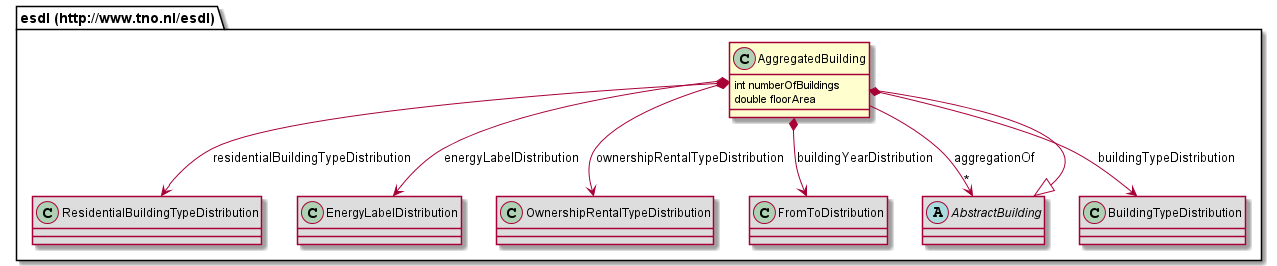
Earlier version of the PlantUML export 687474703a2f2f7777772e746e6f2e6e6c2f6573646c/AggregatedBuilding.png (EnergyTransition/energytransition.github.io).
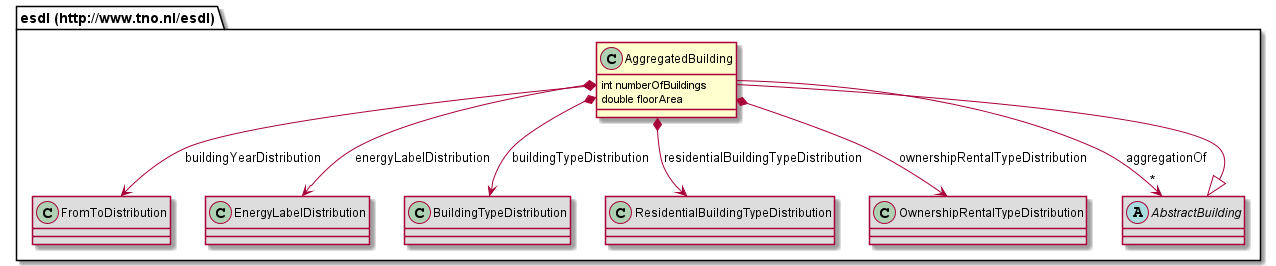
After the change.

Diff of the diagram source:
```diff
@@ -3,17 +3,17 @@
 	int numberOfBuildings
 	double floorArea
 }
-class "esdl (http://www.tno.nl/esdl).ResidentialBuildingTypeDistribution" [[#router/doc-content/687474703a2f2f7777772e746e6f2e6e6c2f6573646c/ResidentialBuildingTypeDistribution.html{Specifies the way the residential building type is distributed in this area (e.g. Vrijstaande Woning, Hoekwoning, Flatwoning), specifing the percentage of buildings per residential type.}]] #DDDDDD {
+class "esdl (http://www.tno.nl/esdl).FromToDistribution" [[#router/doc-content/687474703a2f2f7777772e746e6f2e6e6c2f6573646c/FromToDistribution.html{Defines a distribution in terms of ‘from’ and ‘to’}]] #DDDDDD {
 }
 class "esdl (http://www.tno.nl/esdl).EnergyLabelDistribution" [[#router/doc-content/687474703a2f2f7777772e746e6f2e6e6c2f6573646c/EnergyLabelDistribution.html{Defines a distribution in terms of energy labels}]] #DDDDDD {
+}
+class "esdl (http://www.tno.nl/esdl).BuildingTypeDistribution" [[#router/doc-content/687474703a2f2f7777772e746e6f2e6e6c2f6573646c/BuildingTypeDistribution.html{Specifies the way the building type is distributed in this area (e.g. Utility, Residential), specifing the percentage of buildings per type.}]] #DDDDDD {
+}
+class "esdl (http://www.tno.nl/esdl).ResidentialBuildingTypeDistribution" [[#router/doc-content/687474703a2f2f7777772e746e6f2e6e6c2f6573646c/ResidentialBuildingTypeDistribution.html{Specifies the way the residential building type is distributed in this area (e.g. Vrijstaande Woning, Hoekwoning, Flatwoning), specifing the percentage of buildings per residential type.}]] #DDDDDD {
 }
 class "esdl (http://www.tno.nl/esdl).OwnershipRentalTypeDistribution" [[#router/doc-content/687474703a2f2f7777772e746e6f2e6e6c2f6573646c/OwnershipRentalTypeDistribution.html{Specifies the way the housing type is distributed in this area (e.g. Owner occupied, Housing Association, Private Rental), specifing the percentage of buildings per housing type.}]] #DDDDDD {
 }
 abstract class "esdl (http://www.tno.nl/esdl).AbstractBuilding" [[#router/doc-content/687474703a2f2f7777772e746e6f2e6e6c2f6573646c/AbstractBuilding.html{Describes the shared properties of building, building unit and aggregated building}]] #DDDDDD {
-}
-class "esdl (http://www.tno.nl/esdl).FromToDistribution" [[#router/doc-content/687474703a2f2f7777772e746e6f2e6e6c2f6573646c/FromToDistribution.html{Defines a distribution in terms of ‘from’ and ‘to’}]] #DDDDDD {
-}
-class "esdl (http://www.tno.nl/esdl).BuildingTypeDistribution" [[#router/doc-content/687474703a2f2f7777772e746e6f2e6e6c2f6573646c/BuildingTypeDistribution.html{Specifies the way the building type is distributed in this area (e.g. Utility, Residential), specifing the percentage of buildings per type.}]] #DDDDDD {
 }
 "esdl (http://www.tno.nl/esdl).AbstractBuilding" <|-- "esdl (http://www.tno.nl/esdl).AggregatedBuilding"
 "esdl (http://www.tno.nl/esdl).AggregatedBuilding" --> "*" "esdl (http://www.tno.nl/esdl).AbstractBuilding" : aggregationOf
```
